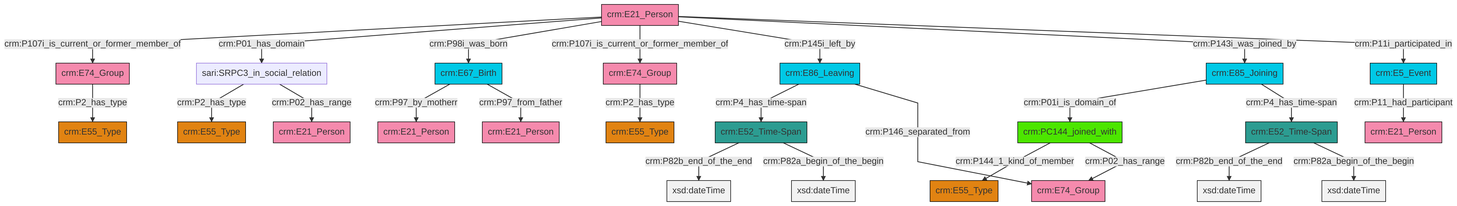
Above: et/personCSV/ttl/mmd/png/Person_Actor_Relations.png in swiss-art-research-net/reference-data-models (Mermaid), before the change. Its source is kept beside it as et/personCSV/ttl/mmd/Person_Actor_Relations.ttl.mmd.
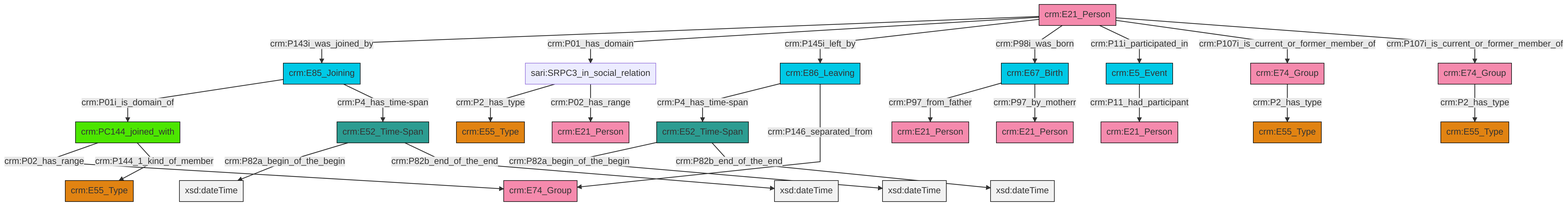
After the change.

Diff of the diagram source:
```diff
@@ -13,27 +13,27 @@
 classDef PC_Classes fill:#4ce600, stroke:#000000;
 classDef Multi fill:#cccccc,stroke:#000000;
 
-6["crm:PC144_joined_with"]:::PC_Classes -->|crm:P144_1_kind_of_member| 7["crm:E55_Type"]:::Type
-8["crm:E86_Leaving"]:::Temporal_Entity -->|crm:P4_has_time-span| 9["crm:E52_Time-Span"]:::Time-Span
-4["crm:E21_Person"]:::Actor -->|crm:P107i_is_current_or_former_member_of| 15["crm:E74_Group"]:::Actor
-15["crm:E74_Group"]:::Actor -->|crm:P2_has_type| 10["crm:E55_Type"]:::Type
-2["crm:E85_Joining"]:::Temporal_Entity -->|crm:P01i_is_domain_of| 6["crm:PC144_joined_with"]:::PC_Classes
-2["crm:E85_Joining"]:::Temporal_Entity -->|crm:P4_has_time-span| 21["crm:E52_Time-Span"]:::Time-Span
-9["crm:E52_Time-Span"]:::Time-Span -->|crm:P82b_end_of_the_end| 23[xsd:dateTime]:::Literal
-4["crm:E21_Person"]:::Actor -->|crm:P01_has_domain| 0["sari:SRPC3_in_social_relation"]:::Default
-6["crm:PC144_joined_with"]:::PC_Classes -->|crm:P02_has_range| 24["crm:E74_Group"]:::Actor
-9["crm:E52_Time-Span"]:::Time-Span -->|crm:P82a_begin_of_the_begin| 28[xsd:dateTime]:::Literal
-8["crm:E86_Leaving"]:::Temporal_Entity -->|crm:P146_separated_from| 24["crm:E74_Group"]:::Actor
-0["sari:SRPC3_in_social_relation"]:::Default -->|crm:P2_has_type| 29["crm:E55_Type"]:::Type
-31["crm:E5_Event"]:::Temporal_Entity -->|crm:P11_had_participant| 18["crm:E21_Person"]:::Actor
-32["crm:E67_Birth"]:::Temporal_Entity -->|crm:P97_by_motherr| 25["crm:E21_Person"]:::Actor
-4["crm:E21_Person"]:::Actor -->|crm:P98i_was_born| 32["crm:E67_Birth"]:::Temporal_Entity
-21["crm:E52_Time-Span"]:::Time-Span -->|crm:P82b_end_of_the_end| 35[xsd:dateTime]:::Literal
-32["crm:E67_Birth"]:::Temporal_Entity -->|crm:P97_from_father| 33["crm:E21_Person"]:::Actor
-4["crm:E21_Person"]:::Actor -->|crm:P107i_is_current_or_former_member_of| 37["crm:E74_Group"]:::Actor
-4["crm:E21_Person"]:::Actor -->|crm:P145i_left_by| 8["crm:E86_Leaving"]:::Temporal_Entity
-4["crm:E21_Person"]:::Actor -->|crm:P143i_was_joined_by| 2["crm:E85_Joining"]:::Temporal_Entity
-37["crm:E74_Group"]:::Actor -->|crm:P2_has_type| 16["crm:E55_Type"]:::Type
-4["crm:E21_Person"]:::Actor -->|crm:P11i_participated_in| 31["crm:E5_Event"]:::Temporal_Entity
-0["sari:SRPC3_in_social_relation"]:::Default -->|crm:P02_has_range| 38["crm:E21_Person"]:::Actor
-21["crm:E52_Time-Span"]:::Time-Span -->|crm:P82a_begin_of_the_begin| 45[xsd:dateTime]:::Literal
+6["crm:E85_Joining"]:::Temporal_Entity -->|crm:P01i_is_domain_of| 7["crm:PC144_joined_with"]:::PC_Classes
+4["crm:E21_Person"]:::Actor -->|crm:P143i_was_joined_by| 6["crm:E85_Joining"]:::Temporal_Entity
+0["crm:E52_Time-Span"]:::Time-Span -->|crm:P82a_begin_of_the_begin| 8[xsd:dateTime]:::Literal
+13["crm:E86_Leaving"]:::Temporal_Entity -->|crm:P4_has_time-span| 14["crm:E52_Time-Span"]:::Time-Span
+7["crm:PC144_joined_with"]:::PC_Classes -->|crm:P02_has_range| 21["crm:E74_Group"]:::Actor
+22["sari:SRPC3_in_social_relation"]:::Default -->|crm:P2_has_type| 24["crm:E55_Type"]:::Type
+13["crm:E86_Leaving"]:::Temporal_Entity -->|crm:P146_separated_from| 21["crm:E74_Group"]:::Actor
+6["crm:E85_Joining"]:::Temporal_Entity -->|crm:P4_has_time-span| 0["crm:E52_Time-Span"]:::Time-Span
+7["crm:PC144_joined_with"]:::PC_Classes -->|crm:P144_1_kind_of_member| 26["crm:E55_Type"]:::Type
+4["crm:E21_Person"]:::Actor -->|crm:P01_has_domain| 22["sari:SRPC3_in_social_relation"]:::Default
+4["crm:E21_Person"]:::Actor -->|crm:P145i_left_by| 13["crm:E86_Leaving"]:::Temporal_Entity
+4["crm:E21_Person"]:::Actor -->|crm:P98i_was_born| 2["crm:E67_Birth"]:::Temporal_Entity
+36["crm:E74_Group"]:::Actor -->|crm:P2_has_type| 15["crm:E55_Type"]:::Type
+2["crm:E67_Birth"]:::Temporal_Entity -->|crm:P97_from_father| 29["crm:E21_Person"]:::Actor
+14["crm:E52_Time-Span"]:::Time-Span -->|crm:P82a_begin_of_the_begin| 41[xsd:dateTime]:::Literal
+0["crm:E52_Time-Span"]:::Time-Span -->|crm:P82b_end_of_the_end| 43[xsd:dateTime]:::Literal
+22["sari:SRPC3_in_social_relation"]:::Default -->|crm:P02_has_range| 19["crm:E21_Person"]:::Actor
+4["crm:E21_Person"]:::Actor -->|crm:P11i_participated_in| 33["crm:E5_Event"]:::Temporal_Entity
+33["crm:E5_Event"]:::Temporal_Entity -->|crm:P11_had_participant| 11["crm:E21_Person"]:::Actor
+4["crm:E21_Person"]:::Actor -->|crm:P107i_is_current_or_former_member_of| 36["crm:E74_Group"]:::Actor
+4["crm:E21_Person"]:::Actor -->|crm:P107i_is_current_or_former_member_of| 9["crm:E74_Group"]:::Actor
+2["crm:E67_Birth"]:::Temporal_Entity -->|crm:P97_by_motherr| 17["crm:E21_Person"]:::Actor
+14["crm:E52_Time-Span"]:::Time-Span -->|crm:P82b_end_of_the_end| 46[xsd:dateTime]:::Literal
+9["crm:E74_Group"]:::Actor -->|crm:P2_has_type| 38["crm:E55_Type"]:::Type
```
